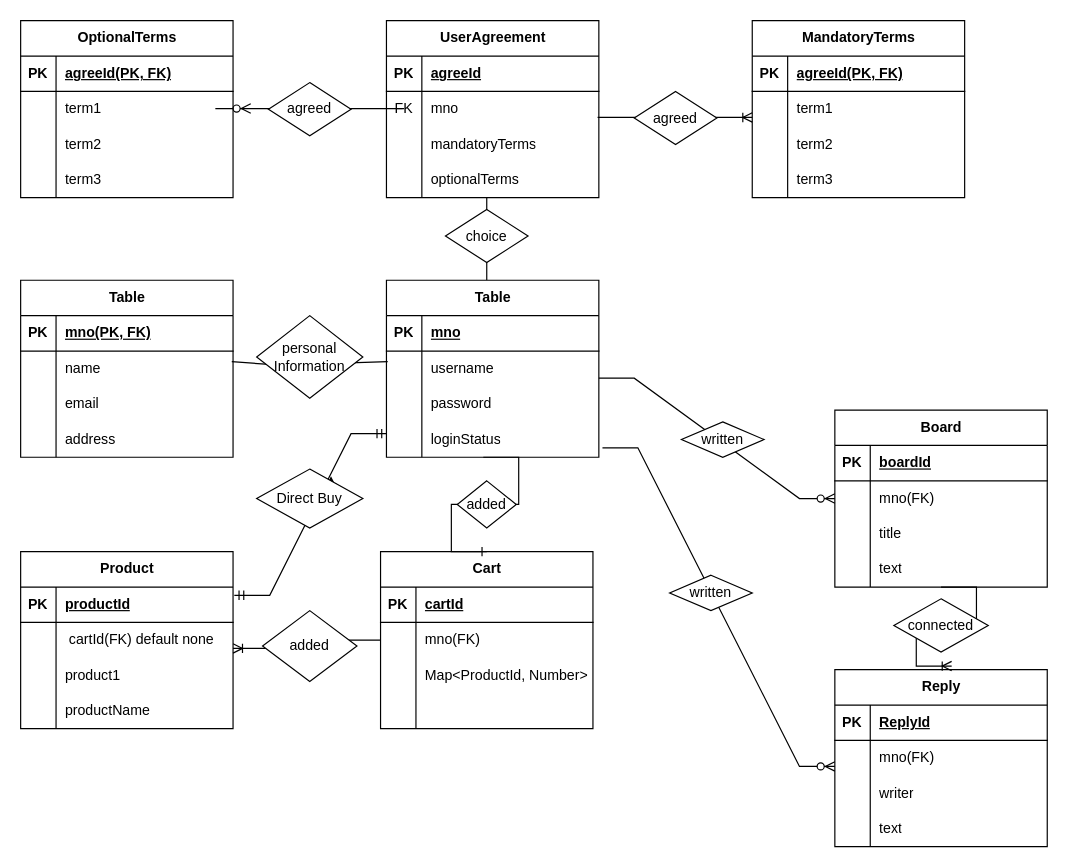
Before: ERD/memberERD.drawio in rocket70001/coffee, a draw.io diagram. Source tidied: cells renumbered, new cells numbered last; positions are measured from the earlier drawing's top-left corner, leaving out a move shared by most shapes. Both pictures are drawn from the tidied source at 118%, with x=0, y=0 at pixel (20, 20).
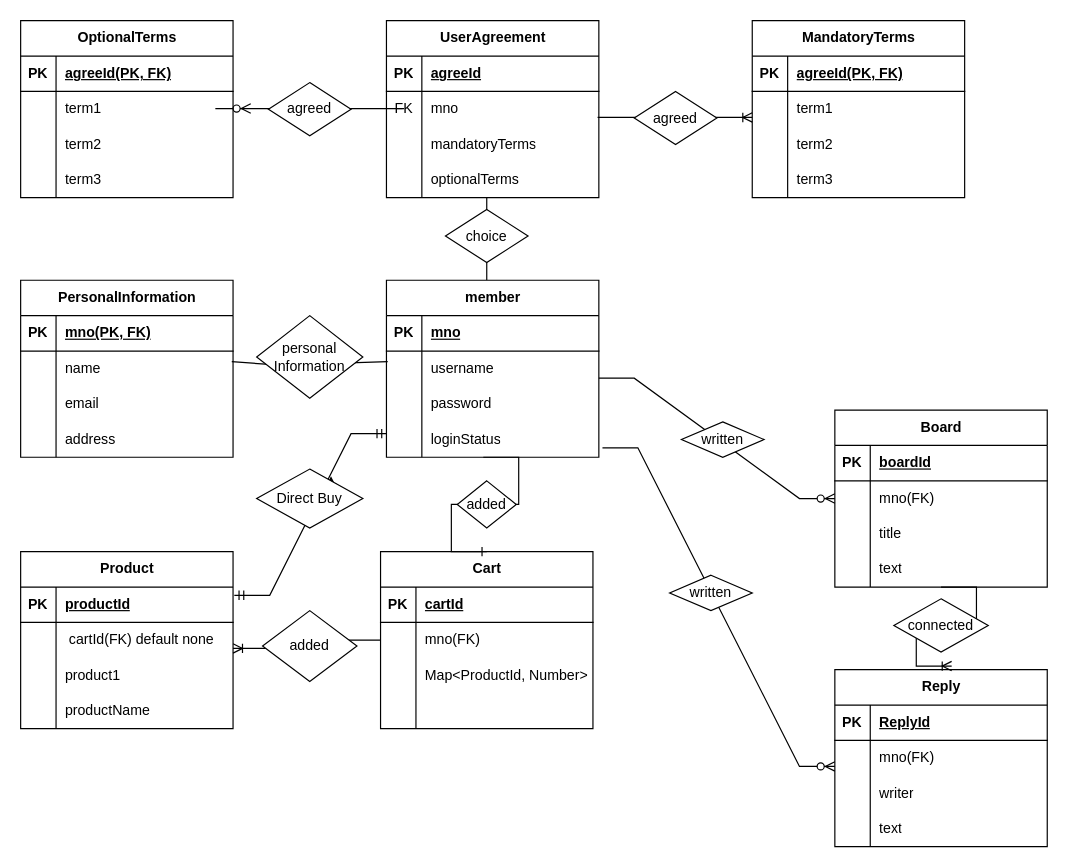
The same page after the edit.

What changed in the source:
```diff
@@
-    <mxCell id="6" value="Table" style="shape=table;startSize=30;childLayout=tableLayout;rowLines=0;fontStyle=1;align=center;html=1;" parent="1" vertex="1">
+    <mxCell id="6" value="member" style="shape=table;startSize=30;childLayout=tableLayout;rowLines=0;fontStyle=1;align=center;html=1;" parent="1" vertex="1">
       <mxGeometry x="310" y="220" width="180" height="150" as="geometry" />
     </mxCell>
@@
-    <mxCell id="58" value="Table" style="shape=table;startSize=30;childLayout=tableLayout;rowLines=0;fontStyle=1;align=center;html=1;" parent="1" vertex="1">
+    <mxCell id="58" value="PersonalInformation" style="shape=table;startSize=30;childLayout=tableLayout;rowLines=0;fontStyle=1;align=center;html=1;" parent="1" vertex="1">
       <mxGeometry y="220" width="180" height="150" as="geometry" />
     </mxCell>
```
